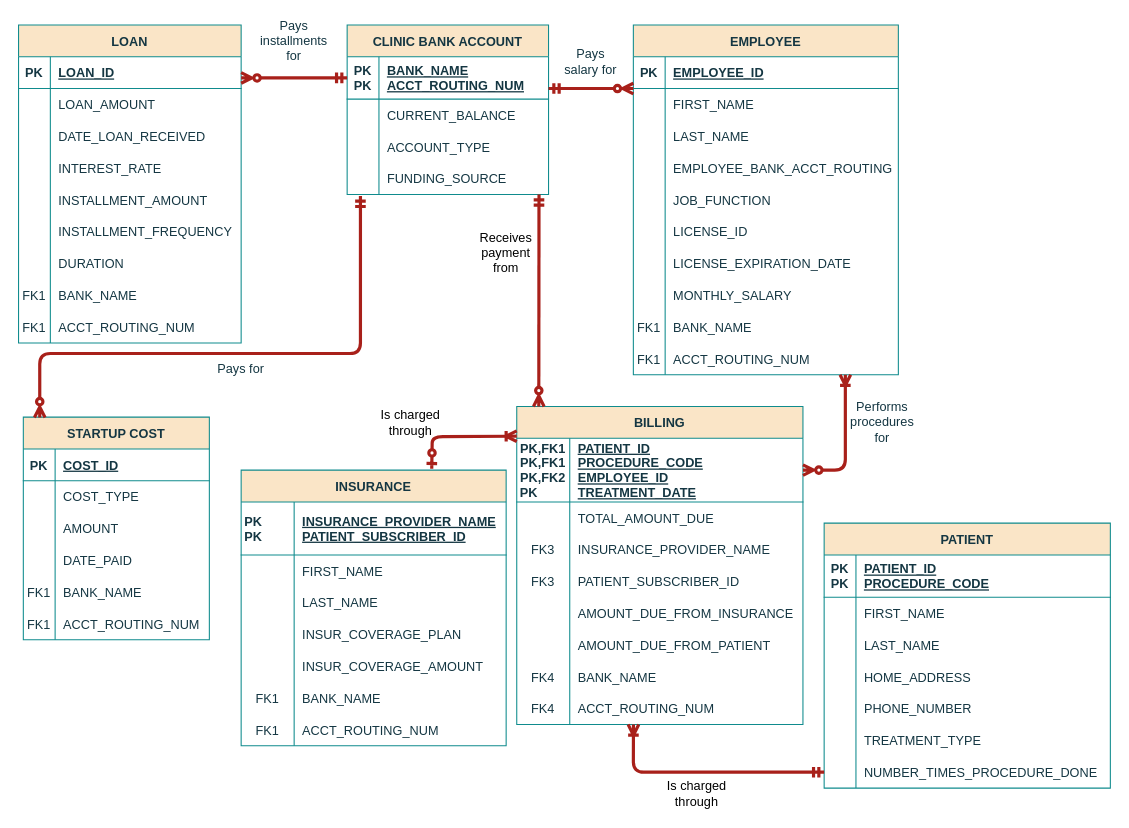
The draw.io diagram hw.drawio in donjuli990/HW1, before the edit. Source tidied: cells renumbered, new cells numbered last; positions are measured from the earlier drawing's top-left corner, leaving out a move shared by most shapes. Both pictures are drawn from the tidied source at 106%, with x=0, y=0 at pixel (18, 24).
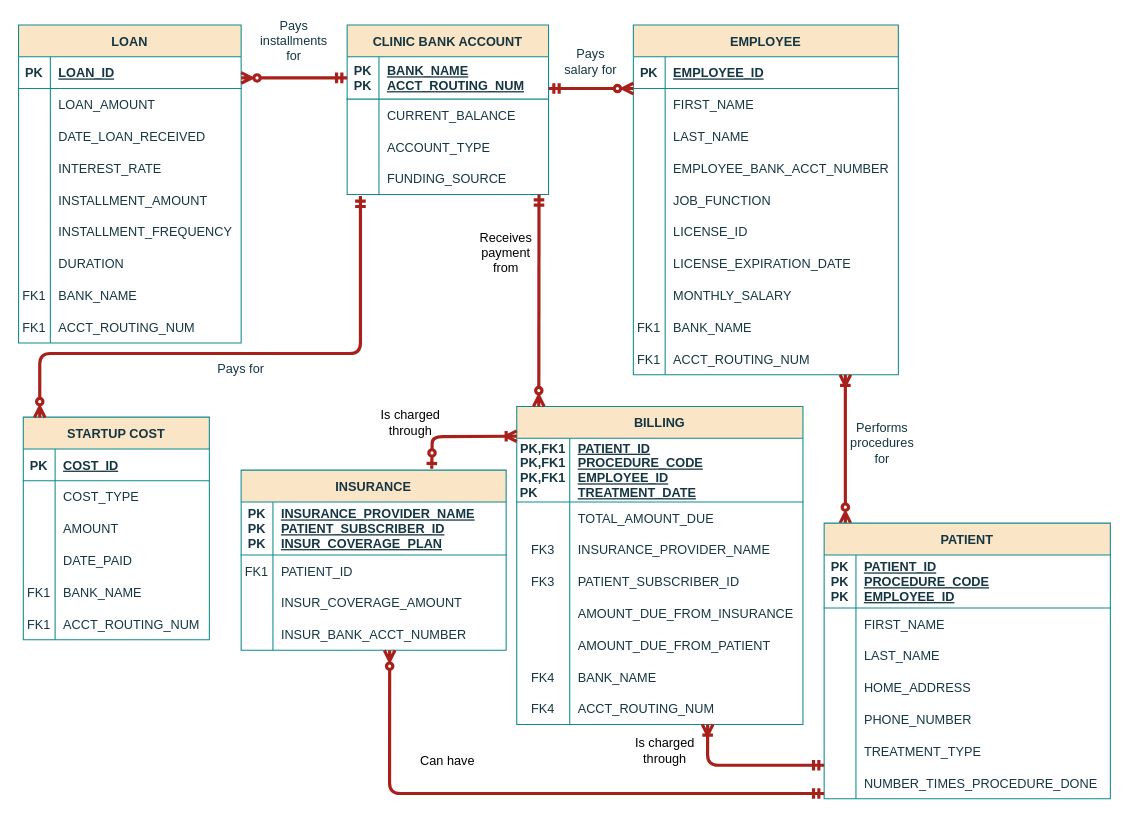
After the change.

Unchanged cells that the change refers to:
```xml
<mxCell id="12" style="shape=partialRectangle;fillColor=none;top=0;left=0;right=0;bottom=0;labelBackgroundColor=none;strokeColor=#0F8B8D;fontColor=#143642;" parent="2" vertex="1">
  <mxGeometry y="120" width="250" height="30" as="geometry" />
</mxCell>
<mxCell id="34" style="shape=partialRectangle;fillColor=none;points=[[0,0.5],[1,0.5]];portConstraint=eastwest;top=0;left=0;right=0;bottom=1;labelBackgroundColor=none;strokeColor=#0F8B8D;fontColor=#143642;" parent="33" vertex="1">
  <mxGeometry y="30" width="270" height="60" as="geometry" />
</mxCell>
<mxCell id="88" style="shape=partialRectangle;fillColor=none;top=0;left=0;right=0;bottom=1;labelBackgroundColor=none;strokeColor=#0F8B8D;fontColor=#143642;" parent="87" vertex="1">
  <mxGeometry y="30" width="250" height="50" as="geometry" />
</mxCell>
```

Change to the diagram source:
```diff
@@
-    <mxCell id="14" value="EMPLOYEE_BANK_ACCT_ROUTING" style="shape=partialRectangle;overflow=hidden;fillColor=none;top=0;left=0;bottom=0;right=0;align=left;spacingLeft=6;labelBackgroundColor=none;strokeColor=#0F8B8D;fontColor=#143642;" parent="12" vertex="1">
+    <mxCell id="14" value="EMPLOYEE_BANK_ACCT_NUMBER" style="shape=partialRectangle;overflow=hidden;fillColor=none;top=0;left=0;bottom=0;right=0;align=left;spacingLeft=6;labelBackgroundColor=none;strokeColor=#0F8B8D;fontColor=#143642;" parent="12" vertex="1">
       <mxGeometry x="30" width="220" height="30" as="geometry" />
     </mxCell>
@@
-    <mxCell id="35" value="PK,FK1&#10;PK,FK1&#10;PK,FK2&#10;PK        " style="shape=partialRectangle;overflow=hidden;fillColor=none;top=0;left=0;bottom=0;right=0;fontStyle=1;labelBackgroundColor=none;strokeColor=#0F8B8D;fontColor=#143642;" parent="34" vertex="1">
+    <mxCell id="35" value="PK,FK1&#10;PK,FK1&#10;PK,FK1&#10;PK        " style="shape=partialRectangle;overflow=hidden;fillColor=none;top=0;left=0;bottom=0;right=0;fontStyle=1;labelBackgroundColor=none;strokeColor=#0F8B8D;fontColor=#143642;" parent="34" vertex="1">
       <mxGeometry width="50" height="60" as="geometry" />
     </mxCell>
@@
     <mxCell id="86" value="Performs procedures for" style="text;html=1;align=center;verticalAlign=middle;whiteSpace=wrap;rounded=0;fontColor=#143642;" parent="1" vertex="1">
-      <mxGeometry x="790" y="360" width="50" height="30" as="geometry" />
+      <mxGeometry x="790" y="380" width="50" height="30" as="geometry" />
     </mxCell>
     <mxCell id="87" value="INSURANCE" style="shape=table;startSize=30;childLayout=tableLayout;rowLines=0;fontStyle=1;align=center;labelBackgroundColor=none;fillColor=#FAE5C7;strokeColor=#0F8B8D;fontColor=#143642;" parent="1" vertex="1">
-      <mxGeometry x="210" y="420" width="250" height="260" as="geometry" />
+      <mxGeometry x="210" y="420" width="250" height="170" as="geometry" />
     </mxCell>
@@
-    <mxCell id="89" value="PK        &#10;PK        " style="shape=partialRectangle;overflow=hidden;fillColor=none;top=0;left=0;bottom=0;right=0;fontStyle=1;labelBackgroundColor=none;strokeColor=#0F8B8D;fontColor=#143642;" parent="88" vertex="1">
-      <mxGeometry width="50" height="50" as="geometry" />
+    <mxCell id="89" value="PK&#10;PK&#10;PK" style="shape=partialRectangle;overflow=hidden;fillColor=none;top=0;left=0;bottom=0;right=0;fontStyle=1;labelBackgroundColor=none;strokeColor=#0F8B8D;fontColor=#143642;" parent="88" vertex="1">
+      <mxGeometry width="30" height="50" as="geometry" />
     </mxCell>
-    <mxCell id="90" value="INSURANCE_PROVIDER_NAME&#10;PATIENT_SUBSCRIBER_ID" style="shape=partialRectangle;overflow=hidden;fillColor=none;top=0;left=0;bottom=0;right=0;align=left;spacingLeft=6;fontStyle=5;labelBackgroundColor=none;strokeColor=#0F8B8D;fontColor=#143642;" parent="88" vertex="1">
-      <mxGeometry x="50" width="200" height="50" as="geometry" />
+    <mxCell id="90" value="INSURANCE_PROVIDER_NAME&#10;PATIENT_SUBSCRIBER_ID&#10;INSUR_COVERAGE_PLAN" style="shape=partialRectangle;overflow=hidden;fillColor=none;top=0;left=0;bottom=0;right=0;align=left;spacingLeft=6;fontStyle=5;labelBackgroundColor=none;strokeColor=#0F8B8D;fontColor=#143642;" parent="88" vertex="1">
+      <mxGeometry x="30" width="220" height="50" as="geometry" />
     </mxCell>
-    <mxCell id="91" style="shape=partialRectangle;fillColor=none;top=0;left=0;right=0;bottom=0;labelBackgroundColor=none;strokeColor=#0F8B8D;fontColor=#143642;" parent="87" vertex="1">
-      <mxGeometry y="80" width="250" height="30" as="geometry" />
-    </mxCell>
-    <mxCell id="92" style="shape=partialRectangle;overflow=hidden;fillColor=none;top=0;left=0;bottom=0;right=0;labelBackgroundColor=none;strokeColor=#0F8B8D;fontColor=#143642;" parent="91" vertex="1">
-      <mxGeometry width="50" height="30" as="geometry" />
-    </mxCell>
-    <mxCell id="93" value="FIRST_NAME" style="shape=partialRectangle;overflow=hidden;fillColor=none;top=0;left=0;bottom=0;right=0;align=left;spacingLeft=6;labelBackgroundColor=none;strokeColor=#0F8B8D;fontColor=#143642;" parent="91" vertex="1">
-      <mxGeometry x="50" width="200" height="30" as="geometry" />
-    </mxCell>
-    <mxCell id="94" style="shape=partialRectangle;fillColor=none;top=0;left=0;right=0;bottom=0;labelBackgroundColor=none;strokeColor=#0F8B8D;fontColor=#143642;" parent="87" vertex="1">
-      <mxGeometry y="110" width="250" height="30" as="geometry" />
-    </mxCell>
-    <mxCell id="95" style="shape=partialRectangle;overflow=hidden;fillColor=none;top=0;left=0;bottom=0;right=0;labelBackgroundColor=none;strokeColor=#0F8B8D;fontColor=#143642;" parent="94" vertex="1">
-      <mxGeometry width="50" height="30" as="geometry" />
-    </mxCell>
-    <mxCell id="96" value="LAST_NAME" style="shape=partialRectangle;overflow=hidden;fillColor=none;top=0;left=0;bottom=0;right=0;align=left;spacingLeft=6;labelBackgroundColor=none;strokeColor=#0F8B8D;fontColor=#143642;" parent="94" vertex="1">
-      <mxGeometry x="50" width="200" height="30" as="geometry" />
-    </mxCell>
     <mxCell id="97" style="shape=partialRectangle;fillColor=none;top=0;left=0;right=0;bottom=0;labelBackgroundColor=none;strokeColor=#0F8B8D;fontColor=#143642;" parent="87" vertex="1">
-      <mxGeometry y="140" width="250" height="30" as="geometry" />
+      <mxGeometry y="80" width="250" height="30" as="geometry" />
     </mxCell>
-    <mxCell id="98" style="shape=partialRectangle;overflow=hidden;fillColor=none;top=0;left=0;bottom=0;right=0;labelBackgroundColor=none;strokeColor=#0F8B8D;fontColor=#143642;" parent="97" vertex="1">
-      <mxGeometry width="50" height="30" as="geometry" />
+    <mxCell id="98" value="FK1" style="shape=partialRectangle;overflow=hidden;fillColor=none;top=0;left=0;bottom=0;right=0;labelBackgroundColor=none;strokeColor=#0F8B8D;fontColor=#143642;" parent="97" vertex="1">
+      <mxGeometry width="30" height="30" as="geometry" />
     </mxCell>
-    <mxCell id="99" value="INSUR_COVERAGE_PLAN" style="shape=partialRectangle;overflow=hidden;fillColor=none;top=0;left=0;bottom=0;right=0;align=left;spacingLeft=6;labelBackgroundColor=none;strokeColor=#0F8B8D;fontColor=#143642;" parent="97" vertex="1">
-      <mxGeometry x="50" width="200" height="30" as="geometry" />
+    <mxCell id="99" value="PATIENT_ID" style="shape=partialRectangle;overflow=hidden;fillColor=none;top=0;left=0;bottom=0;right=0;align=left;spacingLeft=6;labelBackgroundColor=none;strokeColor=#0F8B8D;fontColor=#143642;" parent="97" vertex="1">
+      <mxGeometry x="30" width="220" height="30" as="geometry" />
     </mxCell>
     <mxCell id="100" style="shape=partialRectangle;fillColor=none;top=0;left=0;right=0;bottom=0;labelBackgroundColor=none;strokeColor=#0F8B8D;fontColor=#143642;" parent="87" vertex="1">
-      <mxGeometry y="170" width="250" height="30" as="geometry" />
+      <mxGeometry y="110" width="250" height="30" as="geometry" />
     </mxCell>
     <mxCell id="101" style="shape=partialRectangle;overflow=hidden;fillColor=none;top=0;left=0;bottom=0;right=0;labelBackgroundColor=none;strokeColor=#0F8B8D;fontColor=#143642;" parent="100" vertex="1">
-      <mxGeometry width="50" height="30" as="geometry" />
+      <mxGeometry width="30" height="30" as="geometry" />
     </mxCell>
     <mxCell id="102" value="INSUR_COVERAGE_AMOUNT" style="shape=partialRectangle;overflow=hidden;fillColor=none;top=0;left=0;bottom=0;right=0;align=left;spacingLeft=6;labelBackgroundColor=none;strokeColor=#0F8B8D;fontColor=#143642;" parent="100" vertex="1">
-      <mxGeometry x="50" width="200" height="30" as="geometry" />
+      <mxGeometry x="30" width="220" height="30" as="geometry" />
     </mxCell>
-    <mxCell id="103" style="shape=partialRectangle;fillColor=none;top=0;left=0;right=0;bottom=0;labelBackgroundColor=none;strokeColor=#0F8B8D;fontColor=#143642;" parent="87" vertex="1">
-      <mxGeometry y="200" width="250" height="30" as="geometry" />
-    </mxCell>
-    <mxCell id="104" value="FK1" style="shape=partialRectangle;overflow=hidden;fillColor=none;top=0;left=0;bottom=0;right=0;labelBackgroundColor=none;strokeColor=#0F8B8D;fontColor=#143642;" parent="103" vertex="1">
-      <mxGeometry width="50" height="30" as="geometry" />
-    </mxCell>
-    <mxCell id="105" value="BANK_NAME" style="shape=partialRectangle;overflow=hidden;fillColor=none;top=0;left=0;bottom=0;right=0;align=left;spacingLeft=6;labelBackgroundColor=none;strokeColor=#0F8B8D;fontColor=#143642;" parent="103" vertex="1">
-      <mxGeometry x="50" width="200" height="30" as="geometry" />
-    </mxCell>
-    <mxCell id="106" style="shape=partialRectangle;fillColor=none;top=0;left=0;right=0;bottom=0;labelBackgroundColor=none;strokeColor=#0F8B8D;fontColor=#143642;" parent="87" vertex="1">
-      <mxGeometry y="230" width="250" height="30" as="geometry" />
-    </mxCell>
-    <mxCell id="107" value="FK1" style="shape=partialRectangle;overflow=hidden;fillColor=none;top=0;left=0;bottom=0;right=0;labelBackgroundColor=none;strokeColor=#0F8B8D;fontColor=#143642;" parent="106" vertex="1">
-      <mxGeometry width="50" height="30" as="geometry" />
-    </mxCell>
-    <mxCell id="108" value="ACCT_ROUTING_NUM" style="shape=partialRectangle;overflow=hidden;fillColor=none;top=0;left=0;bottom=0;right=0;align=left;spacingLeft=6;labelBackgroundColor=none;strokeColor=#0F8B8D;fontColor=#143642;" parent="106" vertex="1">
-      <mxGeometry x="50" width="200" height="30" as="geometry" />
-    </mxCell>
+    <mxCell id="176" style="shape=partialRectangle;fillColor=none;top=0;left=0;right=0;bottom=0;labelBackgroundColor=none;strokeColor=#0F8B8D;fontColor=#143642;" parent="87" vertex="1">
+      <mxGeometry y="140" width="250" height="30" as="geometry" />
+    </mxCell>
+    <mxCell id="177" style="shape=partialRectangle;overflow=hidden;fillColor=none;top=0;left=0;bottom=0;right=0;labelBackgroundColor=none;strokeColor=#0F8B8D;fontColor=#143642;" parent="176" vertex="1">
+      <mxGeometry width="30" height="30" as="geometry" />
+    </mxCell>
+    <mxCell id="178" value="INSUR_BANK_ACCT_NUMBER" style="shape=partialRectangle;overflow=hidden;fillColor=none;top=0;left=0;bottom=0;right=0;align=left;spacingLeft=6;labelBackgroundColor=none;strokeColor=#0F8B8D;fontColor=#143642;" parent="176" vertex="1">
+      <mxGeometry x="30" width="220" height="30" as="geometry" />
+    </mxCell>
@@
-    <mxCell id="149" style="endArrow=ERoneToMany;startArrow=ERzeroToMany;endFill=0;startFill=0;labelBackgroundColor=none;strokeColor=#A8201A;fontColor=default;strokeWidth=3;edgeStyle=elbowEdgeStyle;exitX=1;exitY=0.5;exitDx=0;exitDy=0;" parent="1" edge="1" source="34">
+    <mxCell id="149" style="endArrow=ERoneToMany;startArrow=ERzeroToMany;endFill=0;startFill=0;labelBackgroundColor=none;strokeColor=#A8201A;fontColor=default;strokeWidth=3;edgeStyle=elbowEdgeStyle;" parent="1" edge="1" source="152">
       <mxGeometry relative="1" as="geometry">
         <mxPoint x="780" y="330" as="targetPoint" />
         <Array as="points">
-          <mxPoint x="780" y="420" />
+          <mxPoint x="780" y="490" />
           <mxPoint x="920" y="210" />
         </Array>
       </mxGeometry>
     </mxCell>
@@
     <mxCell id="152" value="PATIENT" style="shape=table;startSize=30;childLayout=tableLayout;rowLines=0;fontStyle=1;align=center;labelBackgroundColor=none;fillColor=#FAE5C7;strokeColor=#0F8B8D;fontColor=#143642;" parent="1" vertex="1">
-      <mxGeometry x="760" y="470" width="270" height="250" as="geometry" />
+      <mxGeometry x="760" y="470" width="270" height="260" as="geometry" />
     </mxCell>
     <mxCell id="153" style="shape=partialRectangle;fillColor=none;top=0;left=0;right=0;bottom=1;labelBackgroundColor=none;strokeColor=#0F8B8D;fontColor=#143642;" parent="152" vertex="1">
-      <mxGeometry y="30" width="270" height="40" as="geometry" />
+      <mxGeometry y="30" width="270" height="50" as="geometry" />
     </mxCell>
-    <mxCell id="154" value="PK&#10;PK" style="shape=partialRectangle;overflow=hidden;fillColor=none;top=0;left=0;bottom=0;right=0;fontStyle=1;labelBackgroundColor=none;strokeColor=#0F8B8D;fontColor=#143642;" parent="153" vertex="1">
-      <mxGeometry width="30" height="40" as="geometry" />
+    <mxCell id="154" value="PK&#10;PK&#10;PK" style="shape=partialRectangle;overflow=hidden;fillColor=none;top=0;left=0;bottom=0;right=0;fontStyle=1;labelBackgroundColor=none;strokeColor=#0F8B8D;fontColor=#143642;" parent="153" vertex="1">
+      <mxGeometry width="30" height="50" as="geometry" />
     </mxCell>
-    <mxCell id="155" value="PATIENT_ID&#10;PROCEDURE_CODE" style="shape=partialRectangle;overflow=hidden;fillColor=none;top=0;left=0;bottom=0;right=0;align=left;spacingLeft=6;fontStyle=5;labelBackgroundColor=none;strokeColor=#0F8B8D;fontColor=#143642;" parent="153" vertex="1">
-      <mxGeometry x="30" width="240" height="40" as="geometry" />
+    <mxCell id="155" value="PATIENT_ID&#10;PROCEDURE_CODE&#10;EMPLOYEE_ID" style="shape=partialRectangle;overflow=hidden;fillColor=none;top=0;left=0;bottom=0;right=0;align=left;spacingLeft=6;fontStyle=5;labelBackgroundColor=none;strokeColor=#0F8B8D;fontColor=#143642;" parent="153" vertex="1">
+      <mxGeometry x="30" width="240" height="50" as="geometry" />
     </mxCell>
     <mxCell id="156" style="shape=partialRectangle;fillColor=none;top=0;left=0;right=0;bottom=0;labelBackgroundColor=none;strokeColor=#0F8B8D;fontColor=#143642;" parent="152" vertex="1">
-      <mxGeometry y="70" width="270" height="30" as="geometry" />
+      <mxGeometry y="80" width="270" height="30" as="geometry" />
     </mxCell>
@@
     <mxCell id="159" style="shape=partialRectangle;fillColor=none;top=0;left=0;right=0;bottom=0;labelBackgroundColor=none;strokeColor=#0F8B8D;fontColor=#143642;" parent="152" vertex="1">
-      <mxGeometry y="100" width="270" height="30" as="geometry" />
+      <mxGeometry y="110" width="270" height="30" as="geometry" />
     </mxCell>
@@
     <mxCell id="162" style="shape=partialRectangle;fillColor=none;top=0;left=0;right=0;bottom=0;labelBackgroundColor=none;strokeColor=#0F8B8D;fontColor=#143642;" parent="152" vertex="1">
-      <mxGeometry y="130" width="270" height="30" as="geometry" />
+      <mxGeometry y="140" width="270" height="30" as="geometry" />
     </mxCell>
@@
     <mxCell id="165" style="shape=partialRectangle;fillColor=none;top=0;left=0;right=0;bottom=0;labelBackgroundColor=none;strokeColor=#0F8B8D;fontColor=#143642;" parent="152" vertex="1">
-      <mxGeometry y="160" width="270" height="30" as="geometry" />
+      <mxGeometry y="170" width="270" height="30" as="geometry" />
     </mxCell>
@@
     <mxCell id="168" style="shape=partialRectangle;fillColor=none;top=0;left=0;right=0;bottom=0;labelBackgroundColor=none;strokeColor=#0F8B8D;fontColor=#143642;" parent="152" vertex="1">
-      <mxGeometry y="190" width="270" height="30" as="geometry" />
+      <mxGeometry y="200" width="270" height="30" as="geometry" />
     </mxCell>
@@
     <mxCell id="171" style="shape=partialRectangle;fillColor=none;points=[[0,0.5],[1,0.5]];portConstraint=eastwest;top=0;left=0;right=0;bottom=0;labelBackgroundColor=none;strokeColor=#0F8B8D;fontColor=#143642;" parent="152" vertex="1">
-      <mxGeometry y="220" width="270" height="30" as="geometry" />
+      <mxGeometry y="230" width="270" height="30" as="geometry" />
     </mxCell>
@@
-    <mxCell id="174" style="endArrow=ERmandOne;startArrow=ERoneToMany;endFill=0;startFill=0;labelBackgroundColor=none;strokeColor=#A8201A;fontColor=default;strokeWidth=3;edgeStyle=elbowEdgeStyle;exitX=0.556;exitY=1.159;exitDx=0;exitDy=0;exitPerimeter=0;" parent="1" edge="1" target="171">
+    <mxCell id="174" style="endArrow=ERmandOne;startArrow=ERoneToMany;endFill=0;startFill=0;labelBackgroundColor=none;strokeColor=#A8201A;fontColor=default;strokeWidth=3;edgeStyle=elbowEdgeStyle;exitX=0.556;exitY=1.159;exitDx=0;exitDy=0;exitPerimeter=0;entryX=0;entryY=-0.052;entryDx=0;entryDy=0;entryPerimeter=0;" parent="1" edge="1" target="171">
       <mxGeometry relative="1" as="geometry">
-        <mxPoint x="580.1" y="660" as="sourcePoint" />
+        <mxPoint x="650.1" y="660" as="sourcePoint" />
         <Array as="points">
-          <mxPoint x="580" y="725.2" />
-          <mxPoint x="814.8" y="594.1" />
+          <mxPoint x="650" y="725.2" />
+          <mxPoint x="884.8" y="594.1" />
         </Array>
       </mxGeometry>
     </mxCell>
     <mxCell id="175" value="Is charged through" style="text;html=1;align=center;verticalAlign=middle;whiteSpace=wrap;rounded=0;" parent="1" vertex="1">
-      <mxGeometry x="610" y="710" width="60" height="30" as="geometry" />
+      <mxGeometry x="580" y="670" width="60" height="30" as="geometry" />
     </mxCell>
+    <mxCell id="179" style="endArrow=ERmandOne;startArrow=ERzeroToMany;endFill=0;startFill=0;labelBackgroundColor=none;strokeColor=#A8201A;fontColor=default;strokeWidth=3;edgeStyle=elbowEdgeStyle;exitX=0.556;exitY=1.159;exitDx=0;exitDy=0;exitPerimeter=0;entryX=0;entryY=0.837;entryDx=0;entryDy=0;entryPerimeter=0;" parent="1" edge="1" target="171">
+      <mxGeometry relative="1" as="geometry">
+        <mxPoint x="350.1" y="590" as="sourcePoint" />
+        <Array as="points">
+          <mxPoint x="350" y="655.2" />
+          <mxPoint x="584.8" y="524.1" />
+        </Array>
+      </mxGeometry>
+    </mxCell>
+    <mxCell id="180" value="Can have" style="text;html=1;align=center;verticalAlign=middle;whiteSpace=wrap;rounded=0;" parent="1" vertex="1">
+      <mxGeometry x="375" y="680" width="60" height="30" as="geometry" />
+    </mxCell>
```
